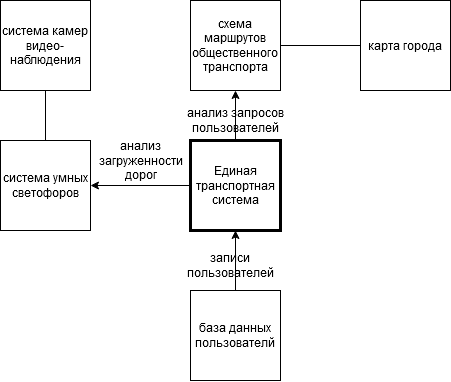
Earlier version of the draw.io export Карта_экосистемы.png (Nadezhda24/Transport-system). Source tidied: cells renumbered, new cells last; positions are measured from the earlier drawing's top-left corner, leaving out a move shared by most shapes. Its diagram source:
```xml
<mxGraphModel>
  <root>
    <mxCell id="0" />
    <mxCell id="1" parent="0" />
    <mxCell id="2" style="edgeStyle=orthogonalEdgeStyle;rounded=0;jettySize=auto;html=1;entryX=0.5;entryY=1;entryDx=0;entryDy=0;" parent="1" edge="1" source="4" target="5">
      <mxGeometry relative="1" as="geometry" />
    </mxCell>
    <mxCell id="3" style="edgeStyle=orthogonalEdgeStyle;rounded=0;jettySize=auto;html=1;entryX=1;entryY=0.5;entryDx=0;entryDy=0;" parent="1" edge="1" source="4" target="6">
      <mxGeometry relative="1" as="geometry" />
    </mxCell>
    <mxCell id="4" value="Единая транспортная система" style="whiteSpace=wrap;html=1;strokeWidth=3;" parent="1" vertex="1">
      <mxGeometry x="190" y="140" width="90" height="90" as="geometry" />
    </mxCell>
    <mxCell id="5" value="схема маршрутов общественного транспорта" style="whiteSpace=wrap;html=1;strokeWidth=1;" parent="1" vertex="1">
      <mxGeometry x="190" width="90" height="90" as="geometry" />
    </mxCell>
    <mxCell id="6" value="система умных светофоров" style="whiteSpace=wrap;html=1;strokeWidth=1;" parent="1" vertex="1">
      <mxGeometry y="140" width="90" height="90" as="geometry" />
    </mxCell>
    <mxCell id="7" value="анализ запросов&lt;br&gt; пользователей" style="text;html=1;align=center;verticalAlign=middle;" parent="1" vertex="1">
      <mxGeometry x="180" y="105" width="110" height="30" as="geometry" />
    </mxCell>
    <mxCell id="8" value="анализ&lt;br&gt; загруженности&lt;br&gt; дорог" style="text;html=1;align=center;verticalAlign=middle;" parent="1" vertex="1">
      <mxGeometry x="90" y="135" width="100" height="50" as="geometry" />
    </mxCell>
    <mxCell id="9" value="карта города" style="whiteSpace=wrap;html=1;strokeWidth=1;" parent="1" vertex="1">
      <mxGeometry x="360" width="90" height="90" as="geometry" />
    </mxCell>
    <mxCell id="10" style="endArrow=none;html=1;exitX=1;exitY=0.5;exitDx=0;exitDy=0;entryX=0;entryY=0.5;entryDx=0;entryDy=0;" parent="1" edge="1" source="5" target="9">
      <mxGeometry relative="1" as="geometry" />
    </mxCell>
    <mxCell id="11" value="система камер &lt;br&gt;видео-наблюдения" style="whiteSpace=wrap;html=1;strokeWidth=1;" parent="1" vertex="1">
      <mxGeometry width="90" height="90" as="geometry" />
    </mxCell>
    <mxCell id="12" style="endArrow=none;html=1;exitX=0.5;exitY=0;exitDx=0;exitDy=0;entryX=0.5;entryY=1;entryDx=0;entryDy=0;" parent="1" edge="1" source="6" target="11">
      <mxGeometry relative="1" as="geometry" />
    </mxCell>
    <mxCell id="13" style="edgeStyle=orthogonalEdgeStyle;rounded=0;jettySize=auto;html=1;entryX=0.5;entryY=1;entryDx=0;entryDy=0;" parent="1" edge="1" source="14" target="4">
      <mxGeometry relative="1" as="geometry" />
    </mxCell>
    <mxCell id="14" value="база данных &lt;br&gt;пользователй" style="whiteSpace=wrap;html=1;strokeWidth=1;" parent="1" vertex="1">
      <mxGeometry x="190" y="290" width="90" height="90" as="geometry" />
    </mxCell>
    <mxCell id="15" value="записи &lt;br&gt;пользователей" style="text;html=1;align=center;verticalAlign=middle;" parent="1" vertex="1">
      <mxGeometry x="180" y="250" width="100" height="30" as="geometry" />
    </mxCell>
  </root>
</mxGraphModel>
```
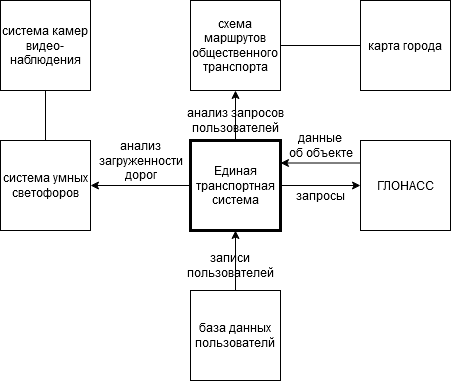
After the change.

Diff of the diagram source:
```diff
@@ -8,6 +8,9 @@
     <mxCell id="3" style="edgeStyle=orthogonalEdgeStyle;rounded=0;jettySize=auto;html=1;entryX=1;entryY=0.5;entryDx=0;entryDy=0;" parent="1" edge="1" source="4" target="6">
       <mxGeometry relative="1" as="geometry" />
     </mxCell>
+    <mxCell id="16" style="edgeStyle=orthogonalEdgeStyle;rounded=0;jettySize=auto;html=1;entryX=0;entryY=0.5;entryDx=0;entryDy=0;" parent="1" edge="1" source="4" target="18">
+      <mxGeometry relative="1" as="geometry" />
+    </mxCell>
     <mxCell id="4" value="Единая транспортная система" style="whiteSpace=wrap;html=1;strokeWidth=3;" parent="1" vertex="1">
       <mxGeometry x="190" y="140" width="90" height="90" as="geometry" />
     </mxCell>
@@ -44,5 +47,17 @@
     <mxCell id="15" value="записи &lt;br&gt;пользователей" style="text;html=1;align=center;verticalAlign=middle;" parent="1" vertex="1">
       <mxGeometry x="180" y="250" width="100" height="30" as="geometry" />
     </mxCell>
+    <mxCell id="17" style="edgeStyle=orthogonalEdgeStyle;rounded=0;jettySize=auto;html=1;entryX=1;entryY=0.25;entryDx=0;entryDy=0;exitX=0;exitY=0.25;exitDx=0;exitDy=0;" parent="1" edge="1" source="18" target="4">
+      <mxGeometry relative="1" as="geometry" />
+    </mxCell>
+    <mxCell id="18" value="ГЛОНАСС " style="whiteSpace=wrap;html=1;strokeWidth=1;" parent="1" vertex="1">
+      <mxGeometry x="360" y="140" width="90" height="90" as="geometry" />
+    </mxCell>
+    <mxCell id="19" value="данные &lt;br&gt;об объекте" style="text;html=1;align=center;verticalAlign=middle;" parent="1" vertex="1">
+      <mxGeometry x="280" y="130" width="80" height="30" as="geometry" />
+    </mxCell>
+    <mxCell id="20" value="запросы" style="text;html=1;align=center;verticalAlign=middle;" parent="1" vertex="1">
+      <mxGeometry x="290" y="185" width="60" height="20" as="geometry" />
+    </mxCell>
   </root>
 </mxGraphModel>
```
